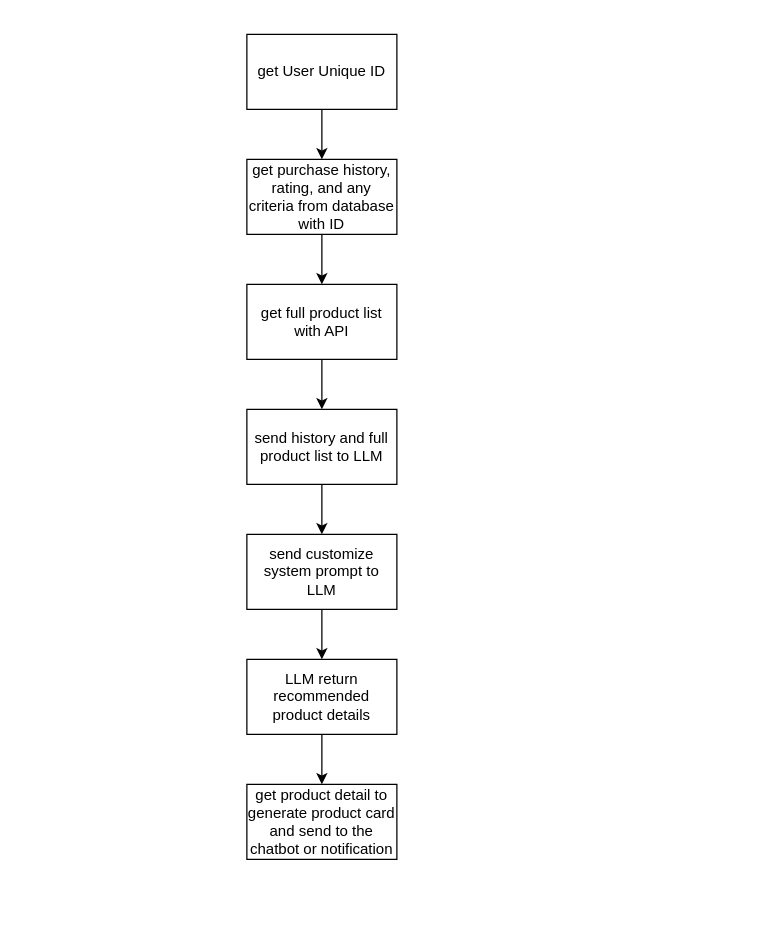
Before: recommendation_system.drawio in yuanqinong/tcm_backend, a draw.io diagram. Source tidied: cells renumbered, new cells numbered last; positions are measured from the earlier drawing's top-left corner, leaving out a move shared by most shapes. Both pictures are drawn from the tidied source at 125%, with x=0, y=0 at pixel (246, 34).
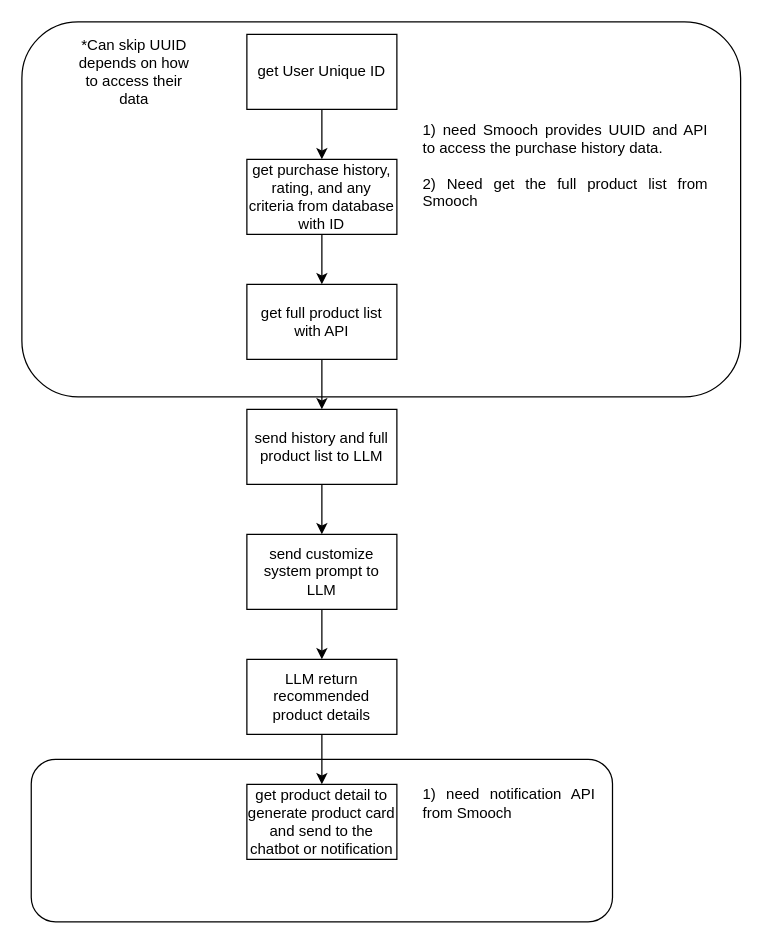
The same page after the edit.

The edit, as a diff of the source:
```diff
@@
 <mxGraphModel>
   <root>
     <mxCell id="0" />
     <mxCell id="1" parent="0" />
+    <mxCell id="15" style="rounded=1;whiteSpace=wrap;html=1;" parent="1" vertex="1">
+      <mxGeometry x="-172.5" y="580" width="465" height="130" as="geometry" />
+    </mxCell>
+    <mxCell id="16" style="rounded=1;whiteSpace=wrap;html=1;" parent="1" vertex="1">
+      <mxGeometry x="-180" y="-10" width="575" height="300" as="geometry" />
+    </mxCell>
     <mxCell id="2" style="edgeStyle=orthogonalEdgeStyle;rounded=0;jettySize=auto;html=1;exitX=0.5;exitY=1;exitDx=0;exitDy=0;entryX=0.5;entryY=0;entryDx=0;entryDy=0;" parent="1" edge="1" source="3" target="5">
       <mxGeometry relative="1" as="geometry" />
     </mxCell>
     <mxCell id="3" value="get User Unique ID" style="rounded=0;whiteSpace=wrap;html=1;" parent="1" vertex="1">
       <mxGeometry width="120" height="60" as="geometry" />
     </mxCell>
     <mxCell id="4" style="edgeStyle=orthogonalEdgeStyle;rounded=0;jettySize=auto;html=1;exitX=0.5;exitY=1;exitDx=0;exitDy=0;" parent="1" edge="1" source="5" target="7">
       <mxGeometry relative="1" as="geometry" />
     </mxCell>
     <mxCell id="5" value="get purchase history, rating, and any criteria from database with ID" style="rounded=0;whiteSpace=wrap;html=1;" parent="1" vertex="1">
       <mxGeometry y="100" width="120" height="60" as="geometry" />
     </mxCell>
     <mxCell id="6" style="edgeStyle=orthogonalEdgeStyle;rounded=0;jettySize=auto;html=1;exitX=0.5;exitY=1;exitDx=0;exitDy=0;entryX=0.5;entryY=0;entryDx=0;entryDy=0;" parent="1" edge="1" source="7" target="9">
       <mxGeometry relative="1" as="geometry" />
     </mxCell>
     <mxCell id="7" value="get full product list with API" style="rounded=0;whiteSpace=wrap;html=1;" parent="1" vertex="1">
       <mxGeometry y="200" width="120" height="60" as="geometry" />
     </mxCell>
     <mxCell id="8" style="edgeStyle=orthogonalEdgeStyle;rounded=0;jettySize=auto;html=1;exitX=0.5;exitY=1;exitDx=0;exitDy=0;entryX=0.5;entryY=0;entryDx=0;entryDy=0;" parent="1" edge="1" source="9" target="11">
       <mxGeometry relative="1" as="geometry" />
     </mxCell>
     <mxCell id="9" value="send history and full product list to LLM" style="rounded=0;whiteSpace=wrap;html=1;" parent="1" vertex="1">
       <mxGeometry y="300" width="120" height="60" as="geometry" />
     </mxCell>
     <mxCell id="10" style="edgeStyle=orthogonalEdgeStyle;rounded=0;jettySize=auto;html=1;exitX=0.5;exitY=1;exitDx=0;exitDy=0;entryX=0.5;entryY=0;entryDx=0;entryDy=0;" parent="1" edge="1" source="11" target="13">
       <mxGeometry relative="1" as="geometry" />
     </mxCell>
     <mxCell id="11" value="send customize system prompt to LLM" style="rounded=0;whiteSpace=wrap;html=1;" parent="1" vertex="1">
       <mxGeometry y="400" width="120" height="60" as="geometry" />
     </mxCell>
     <mxCell id="12" style="edgeStyle=orthogonalEdgeStyle;rounded=0;jettySize=auto;html=1;exitX=0.5;exitY=1;exitDx=0;exitDy=0;entryX=0.5;entryY=0;entryDx=0;entryDy=0;" parent="1" edge="1" source="13" target="14">
       <mxGeometry relative="1" as="geometry" />
     </mxCell>
     <mxCell id="13" value="LLM return recommended product details" style="rounded=0;whiteSpace=wrap;html=1;" parent="1" vertex="1">
       <mxGeometry y="500" width="120" height="60" as="geometry" />
     </mxCell>
     <mxCell id="14" value="get product detail to generate product card and send to the chatbot or notification" style="rounded=0;whiteSpace=wrap;html=1;" parent="1" vertex="1">
       <mxGeometry y="600" width="120" height="60" as="geometry" />
     </mxCell>
+    <mxCell id="17" value="&lt;div style=&quot;text-align: justify;&quot;&gt;&lt;span style=&quot;background-color: initial;&quot;&gt;1) need Smooch provides UUID and API to access the purchase history data.&lt;/span&gt;&lt;/div&gt;&lt;div style=&quot;text-align: justify;&quot;&gt;&lt;span style=&quot;background-color: initial;&quot;&gt;&lt;br&gt;&lt;/span&gt;&lt;/div&gt;&lt;div style=&quot;text-align: justify;&quot;&gt;&lt;span style=&quot;background-color: initial;&quot;&gt;2) Need get the full product list from Smooch&lt;/span&gt;&lt;/div&gt;" style="text;html=1;align=center;verticalAlign=middle;whiteSpace=wrap;rounded=0;" parent="1" vertex="1">
+      <mxGeometry x="140" y="70" width="230" height="70" as="geometry" />
+    </mxCell>
+    <mxCell id="18" value="&lt;div style=&quot;text-align: justify;&quot;&gt;&lt;span style=&quot;background-color: initial;&quot;&gt;1) need notification API from Smooch&lt;/span&gt;&lt;/div&gt;" style="text;html=1;align=center;verticalAlign=middle;whiteSpace=wrap;rounded=0;" parent="1" vertex="1">
+      <mxGeometry x="140" y="600" width="140" height="30" as="geometry" />
+    </mxCell>
+    <mxCell id="19" value="*Can skip UUID depends on how to access their data" style="text;html=1;align=center;verticalAlign=middle;whiteSpace=wrap;rounded=0;" parent="1" vertex="1">
+      <mxGeometry x="-140" y="15" width="100" height="30" as="geometry" />
+    </mxCell>
   </root>
 </mxGraphModel>
```
